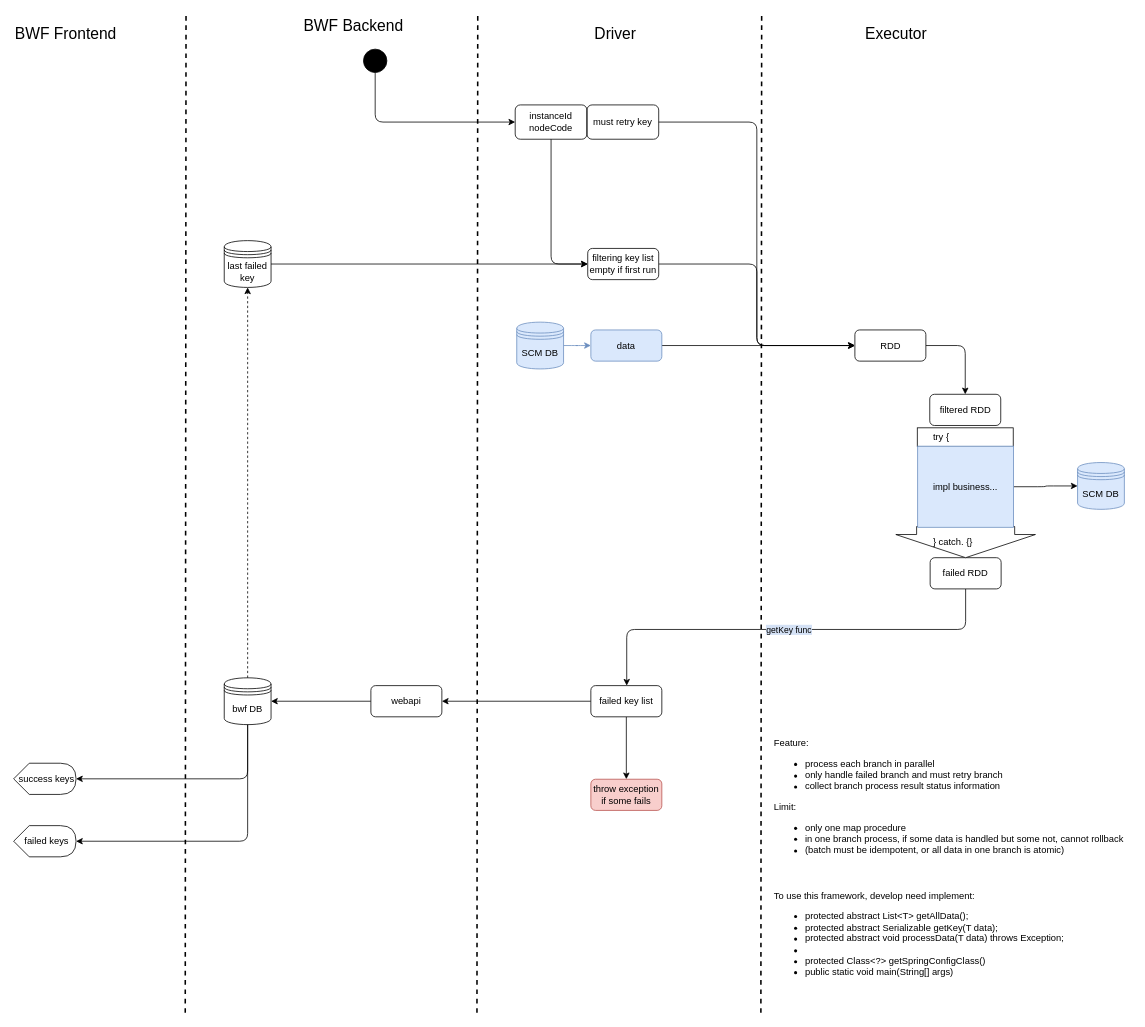
The draw.io diagram bwf/Transactional spark batch framework.drawio in wzdxt/uml, before the edit. Source tidied: cells renumbered, new cells numbered last; positions are measured from the earlier drawing's top-left corner, leaving out a move shared by most shapes. Both pictures are drawn from the tidied source at 78%, with x=0, y=0 at pixel (13, 14).
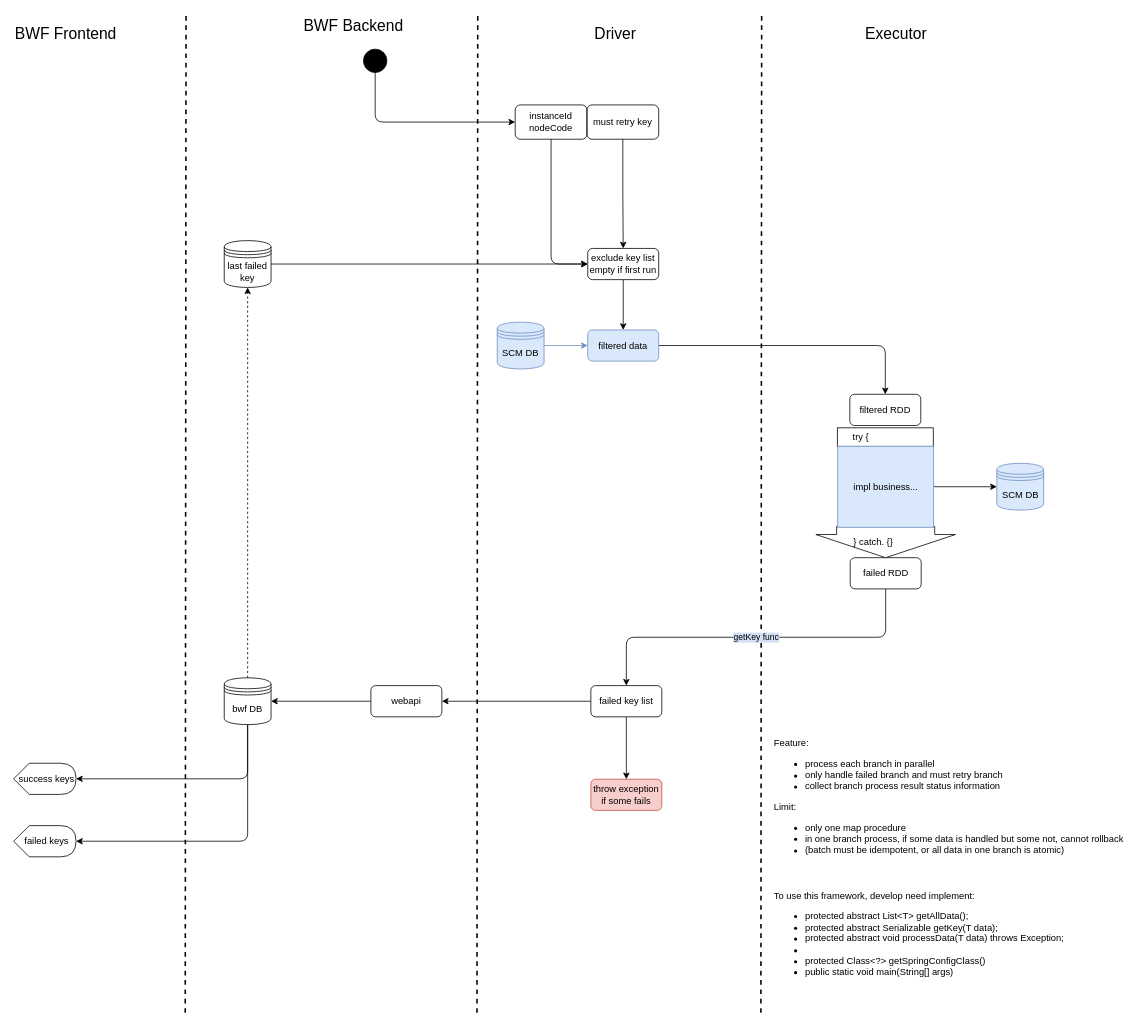
After the change.

The change refers to these unchanged cells:
```xml
<mxCell id="12" value="failed key list" style="rounded=1;whiteSpace=wrap;html=1;" parent="1" vertex="1">
  <mxGeometry x="740" y="860.5" width="91" height="40" as="geometry" />
</mxCell>
<mxCell id="46" value="must retry key" style="rounded=1;whiteSpace=wrap;html=1;labelBackgroundColor=none;strokeColor=#000000;strokeWidth=1;fillColor=none;gradientColor=none;align=center;" parent="1" vertex="1">
  <mxGeometry x="735" y="116" width="92" height="44" as="geometry" />
</mxCell>
```

The edit, as a diff of the source:
```diff
@@
-    <mxCell id="3" style="edgeStyle=orthogonalEdgeStyle;jettySize=auto;html=1;entryX=0;entryY=0.5;entryDx=0;entryDy=0;strokeWidth=1;" parent="1" edge="1" source="4" target="7">
+    <mxCell id="3" style="edgeStyle=orthogonalEdgeStyle;jettySize=auto;html=1;strokeWidth=1;" parent="1" edge="1" source="4" target="34">
       <mxGeometry relative="1" as="geometry" />
     </mxCell>
-    <mxCell id="4" value="filtering key list&lt;br&gt;empty if first run" style="rounded=1;whiteSpace=wrap;html=1;" parent="1" vertex="1">
+    <mxCell id="4" value="exclude key list&lt;br&gt;empty if first run" style="rounded=1;whiteSpace=wrap;html=1;" parent="1" vertex="1">
       <mxGeometry x="736" y="300" width="91" height="40" as="geometry" />
     </mxCell>
     <mxCell id="5" value="filtered RDD" style="rounded=1;whiteSpace=wrap;html=1;" parent="1" vertex="1">
-      <mxGeometry x="1174.5" y="487" width="91" height="40" as="geometry" />
+      <mxGeometry x="1072" y="487" width="91" height="40" as="geometry" />
     </mxCell>
-    <mxCell id="6" style="edgeStyle=orthogonalEdgeStyle;rounded=1;jettySize=auto;html=1;labelBackgroundColor=#ffffff;strokeWidth=1;exitX=1;exitY=0.5;exitDx=0;exitDy=0;" parent="1" edge="1" source="7" target="5">
-      <mxGeometry relative="1" as="geometry" />
-    </mxCell>
-    <mxCell id="7" value="RDD" style="rounded=1;whiteSpace=wrap;html=1;" parent="1" vertex="1">
-      <mxGeometry x="1078.5" y="404.5" width="91" height="40" as="geometry" />
-    </mxCell>
-    <mxCell id="8" value="getKey func" style="edgeStyle=orthogonalEdgeStyle;rounded=1;jettySize=auto;html=1;strokeColor=#000000;strokeWidth=1;labelBackgroundColor=#D4E1F5;" parent="1" edge="1" source="9" target="12">
-      <mxGeometry relative="1" as="geometry">
-        <Array as="points">
-          <mxPoint x="1221" y="788.5" />
-          <mxPoint x="786" y="788.5" />
-        </Array>
-      </mxGeometry>
+    <mxCell id="8" value="getKey func" style="edgeStyle=orthogonalEdgeStyle;rounded=1;jettySize=auto;html=1;strokeColor=#000000;strokeWidth=1;labelBackgroundColor=#D4E1F5;exitX=0.5;exitY=1;exitDx=0;exitDy=0;" parent="1" edge="1" source="9" target="12">
+      <mxGeometry relative="1" as="geometry" />
     </mxCell>
     <mxCell id="9" value="failed RDD" style="rounded=1;whiteSpace=wrap;html=1;" parent="1" vertex="1">
-      <mxGeometry x="1175" y="696.5" width="91" height="40" as="geometry" />
+      <mxGeometry x="1072.5" y="696.5" width="91" height="40" as="geometry" />
     </mxCell>
@@
     <mxCell id="21" value="} catch. {}" style="shape=singleArrow;direction=south;whiteSpace=wrap;html=1;labelBackgroundColor=none;strokeWidth=1;align=left;arrowWidth=0.7022674991784413;arrowSize=0.7426470588235304;spacingLeft=46;" parent="1" vertex="1">
-      <mxGeometry x="1131" y="656.5" width="179" height="40" as="geometry" />
+      <mxGeometry x="1028.5" y="656.5" width="179" height="40" as="geometry" />
     </mxCell>
@@
     <mxCell id="28" value="&lt;span style=&quot;white-space: normal&quot;&gt;SCM DB&lt;/span&gt;" style="shape=datastore;whiteSpace=wrap;html=1;labelBackgroundColor=none;strokeColor=#6c8ebf;strokeWidth=1;fillColor=#dae8fc;align=center;" parent="1" vertex="1">
-      <mxGeometry x="645" y="394.5" width="60" height="60" as="geometry" />
+      <mxGeometry x="620" y="394.5" width="60" height="60" as="geometry" />
     </mxCell>
@@
-    <mxCell id="33" style="edgeStyle=orthogonalEdgeStyle;rounded=1;jettySize=auto;html=1;labelBackgroundColor=#ffffff;strokeWidth=1;" parent="1" edge="1" source="34" target="7">
+    <mxCell id="33" style="edgeStyle=orthogonalEdgeStyle;rounded=1;jettySize=auto;html=1;labelBackgroundColor=#ffffff;strokeWidth=1;entryX=0.5;entryY=0;entryDx=0;entryDy=0;" parent="1" edge="1" source="34" target="5">
       <mxGeometry relative="1" as="geometry" />
     </mxCell>
-    <mxCell id="34" value="data" style="rounded=1;whiteSpace=wrap;html=1;fillColor=#dae8fc;strokeColor=#6c8ebf;" parent="1" vertex="1">
-      <mxGeometry x="740" y="404.5" width="91" height="40" as="geometry" />
+    <mxCell id="34" value="filtered data" style="rounded=1;whiteSpace=wrap;html=1;fillColor=#dae8fc;strokeColor=#6c8ebf;" parent="1" vertex="1">
+      <mxGeometry x="736" y="404.5" width="91" height="40" as="geometry" />
     </mxCell>
     <mxCell id="35" value="&lt;span style=&quot;white-space: normal&quot;&gt;SCM DB&lt;/span&gt;" style="shape=datastore;whiteSpace=wrap;html=1;labelBackgroundColor=none;strokeColor=#6c8ebf;strokeWidth=1;fillColor=#dae8fc;align=center;" parent="1" vertex="1">
-      <mxGeometry x="1364" y="574.5" width="60" height="60" as="geometry" />
+      <mxGeometry x="1260.5" y="575.5" width="60" height="60" as="geometry" />
     </mxCell>
     <mxCell id="36" value="try {" style="rounded=0;whiteSpace=wrap;html=1;labelBackgroundColor=none;strokeWidth=1;align=left;spacingLeft=18;" parent="1" vertex="1">
-      <mxGeometry x="1158.5" y="530" width="123" height="24" as="geometry" />
+      <mxGeometry x="1056" y="530" width="123" height="24" as="geometry" />
     </mxCell>
@@
     <mxCell id="38" value="impl business..." style="rounded=0;whiteSpace=wrap;html=1;labelBackgroundColor=none;strokeWidth=1;align=left;spacingLeft=18;fillColor=#dae8fc;strokeColor=#6c8ebf;" parent="1" vertex="1">
-      <mxGeometry x="1159" y="553.5" width="123" height="104" as="geometry" />
+      <mxGeometry x="1056.5" y="553.5" width="123" height="104" as="geometry" />
     </mxCell>
@@
-    <mxCell id="45" style="edgeStyle=orthogonalEdgeStyle;rounded=1;jettySize=auto;html=1;entryX=0;entryY=0.5;entryDx=0;entryDy=0;" parent="1" edge="1" source="46" target="7">
+    <mxCell id="45" style="edgeStyle=orthogonalEdgeStyle;rounded=1;jettySize=auto;html=1;" parent="1" edge="1" source="46" target="4">
       <mxGeometry relative="1" as="geometry" />
     </mxCell>
```
